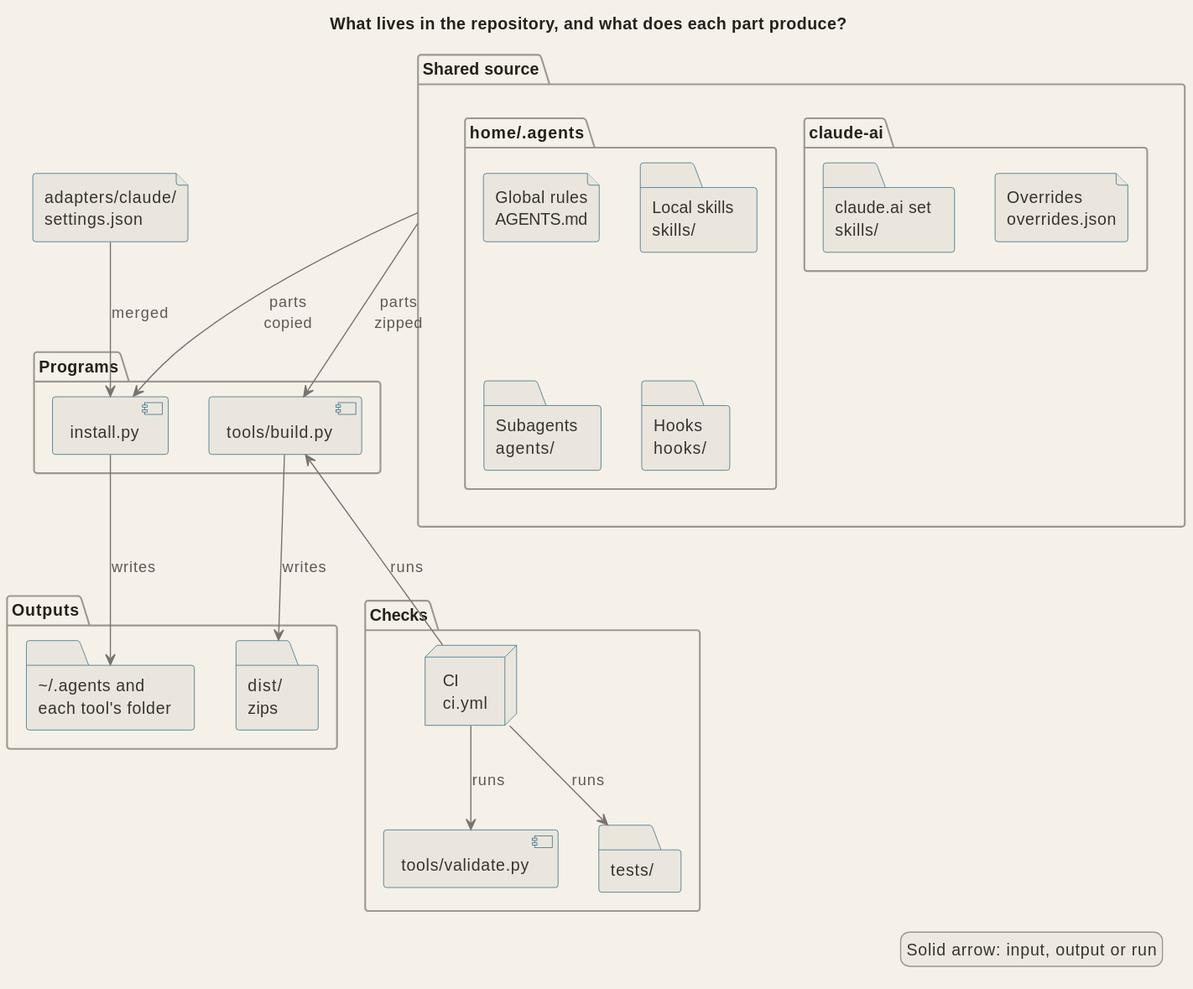
The PlantUML diagram docs/diagrams/arch_parts.svg in signorenne/dotagents, before a commit.
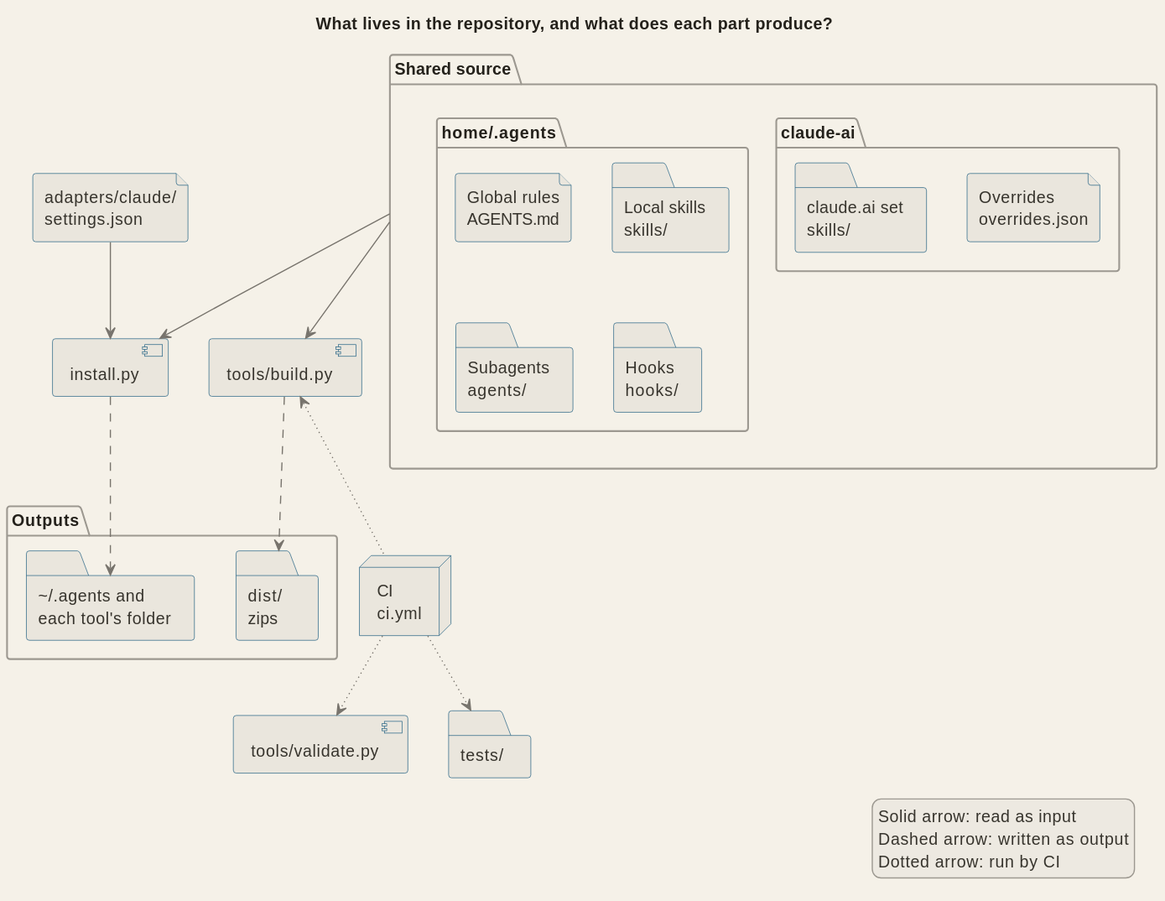
After the commit.

Commit message:
docs(architecture): draw the parts map without edge labels and list its edges in a table

What changed in the source:
```diff
@@ -16,34 +16,32 @@
     file "Overrides\noverrides.json" as overrides
   }
 }
-package "Programs" {
-  component "install.py" as install
-  component "tools/build.py" as build
-}
+component "install.py" as install
+component "tools/build.py" as build
 
 package "Outputs" {
   folder "&#126;/.agents and\neach tool's folder" as installed
   folder "dist/\nzips" as dist
 }
 
-package "Checks" {
-  node "CI\nci.yml" as ci
-  component "tools/validate.py" as validate
-  folder "tests/" as tests
-}
+node "CI\nci.yml" as ci
+component "tools/validate.py" as validate
+folder "tests/" as tests
 
-adapters --> install : merged
-source --> install : parts\ncopied
-source --> build : parts\nzipped
+adapters --> install
+source --> install
+source --> build
 install -[hidden]right- build
-install --> installed : writes
-build --> dist : writes
+install ..> installed
+build ..> dist
 
-ci --> validate : runs
-ci --> tests : runs
-ci -up-> build : runs
+ci -[dotted]-> validate
+ci -[dotted]-> tests
+ci -[dotted]up-> build
 
 legend right
-  Solid arrow: input, output or run
+  Solid arrow: read as input
+  Dashed arrow: written as output
+  Dotted arrow: run by CI
 endlegend
 @enduml
```
